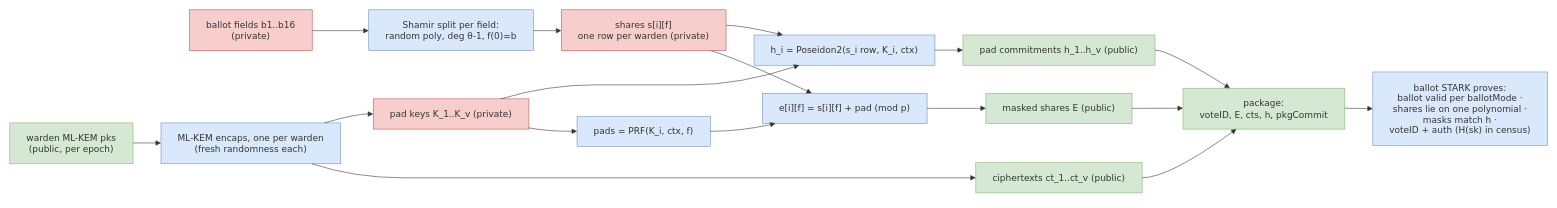
This is v3-pq/figures/src/ballot-package.drawio from vocdoni/davinci-paper, a draw.io file, before an edit. Source tidied: cells renumbered, new cells numbered last; positions are measured from the earlier drawing's top-left corner, leaving out a move shared by most shapes. Both pictures are drawn from the tidied source at 56%, with x=0, y=0 at pixel (10, 10).
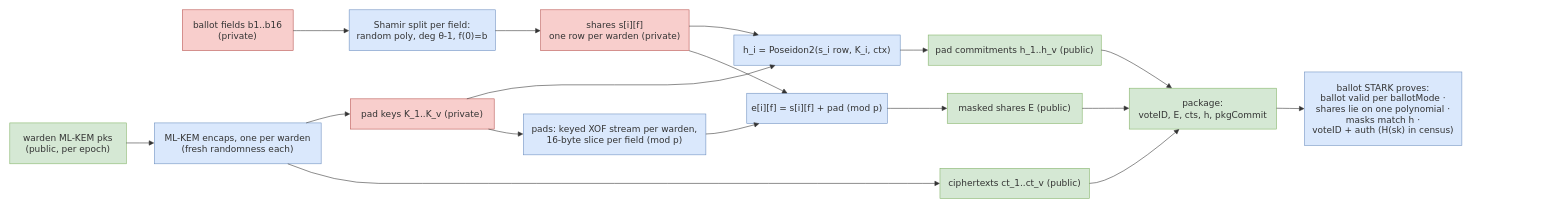
The same page after the edit.

The edit, as a diff of the source:
```diff
@@
     <mxCell id="2" value="ballot fields b1..b16&#10;(private)" style="html=1;whiteSpace=wrap;strokeWidth=1;fillColor=#f8cecc;strokeColor=#b85450;fontColor=light-dark(#333333,#cccccc);fontFamily=Trebuchet MS,Verdana,Arial,sans-serif;fontSize=16;" parent="1" vertex="1">
-      <mxGeometry x="321" width="219" height="73" as="geometry" />
+      <mxGeometry x="308" width="198" height="73" as="geometry" />
     </mxCell>
     <mxCell id="3" value="Shamir split per field:&#10;random poly, deg θ-1, f(0)=b" style="html=1;whiteSpace=wrap;strokeWidth=1;fillColor=#dae8fc;strokeColor=#6c8ebf;fontColor=light-dark(#333333,#cccccc);fontFamily=Trebuchet MS,Verdana,Arial,sans-serif;fontSize=16;" parent="1" vertex="1">
-      <mxGeometry x="641" width="294" height="73" as="geometry" />
+      <mxGeometry x="606" width="261" height="73" as="geometry" />
     </mxCell>
     <mxCell id="4" value="shares s[i][f]&#10;one row per warden (private)" style="html=1;whiteSpace=wrap;strokeWidth=1;fillColor=#f8cecc;strokeColor=#b85450;fontColor=light-dark(#333333,#cccccc);fontFamily=Trebuchet MS,Verdana,Arial,sans-serif;fontSize=16;" parent="1" vertex="1">
-      <mxGeometry x="985" width="294" height="73" as="geometry" />
+      <mxGeometry x="948" width="265" height="73" as="geometry" />
     </mxCell>
     <mxCell id="5" value="warden ML-KEM pks&#10;(public, per epoch)" style="html=1;whiteSpace=wrap;strokeWidth=1;fillColor=#d5e8d4;strokeColor=#82b366;fontColor=light-dark(#333333,#cccccc);fontFamily=Trebuchet MS,Verdana,Arial,sans-serif;fontSize=16;" parent="1" vertex="1">
-      <mxGeometry y="202" width="220" height="73" as="geometry" />
+      <mxGeometry y="202" width="208" height="73" as="geometry" />
     </mxCell>
     <mxCell id="6" value="ML-KEM encaps, one per warden&#10;(fresh randomness each)" style="html=1;whiteSpace=wrap;strokeWidth=1;fillColor=#dae8fc;strokeColor=#6c8ebf;fontColor=light-dark(#333333,#cccccc);fontFamily=Trebuchet MS,Verdana,Arial,sans-serif;fontSize=16;" parent="1" vertex="1">
-      <mxGeometry x="270" y="202" width="321" height="73" as="geometry" />
+      <mxGeometry x="258" y="202" width="298" height="73" as="geometry" />
     </mxCell>
     <mxCell id="7" value="ciphertexts ct_1..ct_v (public)" style="html=1;whiteSpace=wrap;strokeWidth=1;fillColor=#d5e8d4;strokeColor=#82b366;fontColor=light-dark(#333333,#cccccc);fontFamily=Trebuchet MS,Verdana,Arial,sans-serif;fontSize=16;" parent="1" vertex="1">
-      <mxGeometry x="1725" y="273" width="297" height="54" as="geometry" />
+      <mxGeometry x="1661" y="283" width="267" height="54" as="geometry" />
     </mxCell>
     <mxCell id="8" value="pad keys K_1..K_v (private)" style="html=1;whiteSpace=wrap;strokeWidth=1;fillColor=#f8cecc;strokeColor=#b85450;fontColor=light-dark(#333333,#cccccc);fontFamily=Trebuchet MS,Verdana,Arial,sans-serif;fontSize=16;" parent="1" vertex="1">
-      <mxGeometry x="649" y="159" width="278" height="54" as="geometry" />
+      <mxGeometry x="608" y="159" width="257" height="54" as="geometry" />
     </mxCell>
-    <mxCell id="9" value="pads = PRF(K_i, ctx, f)" style="html=1;whiteSpace=wrap;strokeWidth=1;fillColor=#dae8fc;strokeColor=#6c8ebf;fontColor=light-dark(#333333,#cccccc);fontFamily=Trebuchet MS,Verdana,Arial,sans-serif;fontSize=16;" parent="1" vertex="1">
-      <mxGeometry x="1013" y="190" width="238" height="54" as="geometry" />
+    <mxCell id="9" value="pads: keyed XOF stream per warden,&#10;16-byte slice per field (mod p)" style="html=1;whiteSpace=wrap;strokeWidth=1;fillColor=#dae8fc;strokeColor=#6c8ebf;fontColor=light-dark(#333333,#cccccc);fontFamily=Trebuchet MS,Verdana,Arial,sans-serif;fontSize=16;" parent="1" vertex="1">
+      <mxGeometry x="917" y="186" width="326" height="73" as="geometry" />
     </mxCell>
     <mxCell id="10" value="e[i][f] = s[i][f] + pad (mod p)" style="html=1;whiteSpace=wrap;strokeWidth=1;fillColor=#dae8fc;strokeColor=#6c8ebf;fontColor=light-dark(#333333,#cccccc);fontFamily=Trebuchet MS,Verdana,Arial,sans-serif;fontSize=16;" parent="1" vertex="1">
-      <mxGeometry x="1344" y="149" width="294" height="54" as="geometry" />
+      <mxGeometry x="1316" y="149" width="251" height="54" as="geometry" />
     </mxCell>
     <mxCell id="11" value="masked shares E (public)" style="html=1;whiteSpace=wrap;strokeWidth=1;fillColor=#d5e8d4;strokeColor=#82b366;fontColor=light-dark(#333333,#cccccc);fontFamily=Trebuchet MS,Verdana,Arial,sans-serif;fontSize=16;" parent="1" vertex="1">
-      <mxGeometry x="1743" y="149" width="261" height="54" as="geometry" />
+      <mxGeometry x="1674" y="149" width="241" height="54" as="geometry" />
     </mxCell>
     <mxCell id="12" value="h_i = Poseidon2(s_i row, K_i, ctx)" style="html=1;whiteSpace=wrap;strokeWidth=1;fillColor=#dae8fc;strokeColor=#6c8ebf;fontColor=light-dark(#333333,#cccccc);fontFamily=Trebuchet MS,Verdana,Arial,sans-serif;fontSize=16;" parent="1" vertex="1">
-      <mxGeometry x="1329" y="45" width="323" height="54" as="geometry" />
+      <mxGeometry x="1293" y="45" width="297" height="54" as="geometry" />
     </mxCell>
     <mxCell id="13" value="pad commitments h_1..h_v (public)" style="html=1;whiteSpace=wrap;strokeWidth=1;fillColor=#d5e8d4;strokeColor=#82b366;fontColor=light-dark(#333333,#cccccc);fontFamily=Trebuchet MS,Verdana,Arial,sans-serif;fontSize=16;" parent="1" vertex="1">
-      <mxGeometry x="1702" y="45" width="343" height="54" as="geometry" />
+      <mxGeometry x="1640" y="45" width="309" height="54" as="geometry" />
     </mxCell>
     <mxCell id="14" value="package:&#10;voteID, E, cts, h, pkgCommit" style="html=1;whiteSpace=wrap;strokeWidth=1;fillColor=#d5e8d4;strokeColor=#82b366;fontColor=light-dark(#333333,#cccccc);fontFamily=Trebuchet MS,Verdana,Arial,sans-serif;fontSize=16;" parent="1" vertex="1">
-      <mxGeometry x="2095" y="140" width="289" height="73" as="geometry" />
+      <mxGeometry x="1999" y="140" width="263" height="73" as="geometry" />
     </mxCell>
     <mxCell id="15" value="ballot STARK proves:&#10;ballot valid per ballotMode ·&#10;shares lie on one polynomial ·&#10;masks match h ·&#10;voteID + auth (H(sk) in census)" style="html=1;whiteSpace=wrap;strokeWidth=1;fillColor=#dae8fc;strokeColor=#6c8ebf;fontColor=light-dark(#333333,#cccccc);fontFamily=Trebuchet MS,Verdana,Arial,sans-serif;fontSize=16;" parent="1" vertex="1">
-      <mxGeometry x="2434" y="111" width="312" height="131" as="geometry" />
+      <mxGeometry x="2312" y="111" width="281" height="131" as="geometry" />
     </mxCell>
@@
-    <mxCell id="19" style="curved=1;startArrow=none;endArrow=block;endSize=7;strokeColor=light-dark(#333333,#cccccc);exitX=0.84;exitY=1;entryX=0;entryY=0.5;" parent="1" edge="1" source="6" target="7">
+    <mxCell id="19" style="curved=1;startArrow=none;endArrow=block;endSize=7;strokeColor=light-dark(#333333,#cccccc);exitX=0.8;exitY=1;entryX=0;entryY=0.5;" parent="1" edge="1" source="6" target="7">
       <mxGeometry relative="1" as="geometry">
         <Array as="points">
-          <mxPoint x="616" y="300" />
-          <mxPoint x="788" y="300" />
-          <mxPoint x="960" y="300" />
-          <mxPoint x="1132" y="300" />
-          <mxPoint x="1304" y="300" />
-          <mxPoint x="1491" y="300" />
-          <mxPoint x="1677" y="300" />
+          <mxPoint x="581" y="310" />
+          <mxPoint x="737" y="310" />
+          <mxPoint x="892" y="310" />
+          <mxPoint x="1080" y="310" />
+          <mxPoint x="1268" y="310" />
+          <mxPoint x="1442" y="310" />
+          <mxPoint x="1615" y="310" />
         </Array>
       </mxGeometry>
     </mxCell>
     <mxCell id="20" style="curved=1;startArrow=none;endArrow=block;endSize=7;strokeColor=light-dark(#333333,#cccccc);exitX=0.91;exitY=0;entryX=0;entryY=0.5;" parent="1" edge="1" source="6" target="8">
       <mxGeometry relative="1" as="geometry">
         <Array as="points">
-          <mxPoint x="616" y="186" />
+          <mxPoint x="581" y="186" />
         </Array>
       </mxGeometry>
     </mxCell>
-    <mxCell id="21" style="curved=1;startArrow=none;endArrow=block;endSize=7;strokeColor=light-dark(#333333,#cccccc);exitX=1;exitY=0.96;entryX=0;entryY=0.5;" parent="1" edge="1" source="8" target="9">
+    <mxCell id="21" style="curved=1;startArrow=none;endArrow=block;endSize=7;strokeColor=light-dark(#333333,#cccccc);exitX=0.96;exitY=1;entryX=0;entryY=0.49;" parent="1" edge="1" source="8" target="9">
       <mxGeometry relative="1" as="geometry">
         <Array as="points">
-          <mxPoint x="960" y="217" />
+          <mxPoint x="892" y="222" />
         </Array>
       </mxGeometry>
     </mxCell>
-    <mxCell id="22" style="curved=1;startArrow=none;endArrow=block;endSize=7;strokeColor=light-dark(#333333,#cccccc);exitX=0.91;exitY=1;entryX=0.3;entryY=0;" parent="1" edge="1" source="4" target="10">
+    <mxCell id="22" style="curved=1;startArrow=none;endArrow=block;endSize=7;strokeColor=light-dark(#333333,#cccccc);exitX=1;exitY=1;entryX=0.29;entryY=0;" parent="1" edge="1" source="4" target="10">
       <mxGeometry relative="1" as="geometry">
         <Array as="points">
-          <mxPoint x="1304" y="89" />
+          <mxPoint x="1268" y="89" />
         </Array>
       </mxGeometry>
     </mxCell>
-    <mxCell id="23" style="curved=1;startArrow=none;endArrow=block;endSize=7;strokeColor=light-dark(#333333,#cccccc);exitX=1;exitY=0.5;entryX=0.08;entryY=1;" parent="1" edge="1" source="9" target="10">
+    <mxCell id="23" style="curved=1;startArrow=none;endArrow=block;endSize=7;strokeColor=light-dark(#333333,#cccccc);exitX=1;exitY=0.49;entryX=0.09;entryY=1;" parent="1" edge="1" source="9" target="10">
       <mxGeometry relative="1" as="geometry">
         <Array as="points">
-          <mxPoint x="1304" y="217" />
+          <mxPoint x="1268" y="222" />
         </Array>
       </mxGeometry>
     </mxCell>
@@
-    <mxCell id="25" style="curved=1;startArrow=none;endArrow=block;endSize=7;strokeColor=light-dark(#333333,#cccccc);exitX=1;exitY=0.38;entryX=0.16;entryY=0;" parent="1" edge="1" source="4" target="12">
+    <mxCell id="25" style="curved=1;startArrow=none;endArrow=block;endSize=7;strokeColor=light-dark(#333333,#cccccc);exitX=1;exitY=0.4;entryX=0.15;entryY=0;" parent="1" edge="1" source="4" target="12">
       <mxGeometry relative="1" as="geometry">
         <Array as="points">
-          <mxPoint x="1304" y="27" />
+          <mxPoint x="1268" y="27" />
         </Array>
       </mxGeometry>
     </mxCell>
-    <mxCell id="26" style="curved=1;startArrow=none;endArrow=block;endSize=7;strokeColor=light-dark(#333333,#cccccc);exitX=0.82;exitY=0;entryX=0.25;entryY=1;" parent="1" edge="1" source="8" target="12">
+    <mxCell id="26" style="curved=1;startArrow=none;endArrow=block;endSize=7;strokeColor=light-dark(#333333,#cccccc);exitX=0.81;exitY=0;entryX=0.25;entryY=1;" parent="1" edge="1" source="8" target="12">
       <mxGeometry relative="1" as="geometry">
         <Array as="points">
-          <mxPoint x="960" y="134" />
-          <mxPoint x="1132" y="134" />
-          <mxPoint x="1304" y="134" />
+          <mxPoint x="892" y="134" />
+          <mxPoint x="1080" y="134" />
+          <mxPoint x="1268" y="134" />
         </Array>
       </mxGeometry>
     </mxCell>
@@
-    <mxCell id="29" style="curved=1;startArrow=none;endArrow=block;endSize=7;strokeColor=light-dark(#333333,#cccccc);exitX=1;exitY=0.5;entryX=0.33;entryY=1;" parent="1" edge="1" source="7" target="14">
+    <mxCell id="29" style="curved=1;startArrow=none;endArrow=block;endSize=7;strokeColor=light-dark(#333333,#cccccc);exitX=1;exitY=0.5;entryX=0.34;entryY=1;" parent="1" edge="1" source="7" target="14">
       <mxGeometry relative="1" as="geometry">
         <Array as="points">
-          <mxPoint x="2070" y="300" />
+          <mxPoint x="1974" y="310" />
         </Array>
       </mxGeometry>
     </mxCell>
     <mxCell id="30" style="curved=1;startArrow=none;endArrow=block;endSize=7;strokeColor=light-dark(#333333,#cccccc);exitX=1;exitY=0.5;entryX=0.29;entryY=0;" parent="1" edge="1" source="13" target="14">
       <mxGeometry relative="1" as="geometry">
         <Array as="points">
-          <mxPoint x="2070" y="72" />
+          <mxPoint x="1974" y="72" />
         </Array>
       </mxGeometry>
     </mxCell>
```
